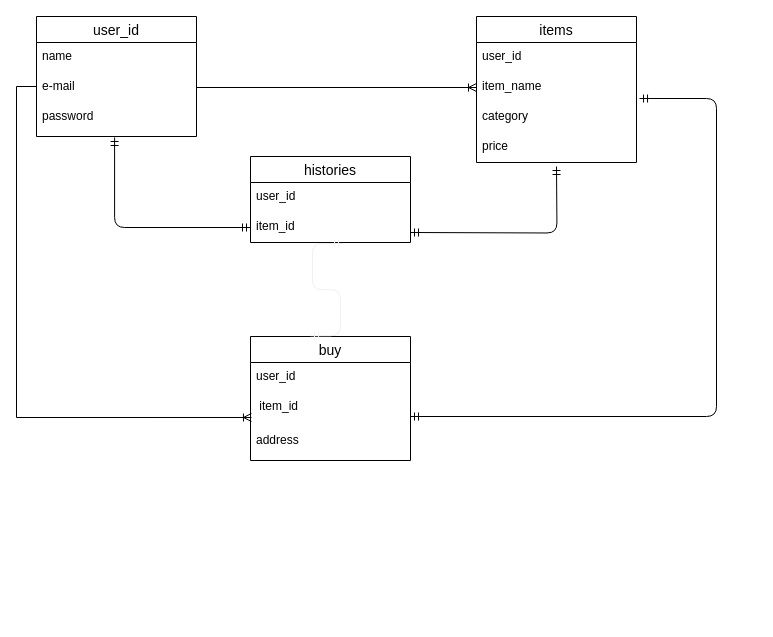
This is frima-34457.dio from Tasuku-Mamiya/furima-34457, a draw.io file, before an edit. Source tidied: cells renumbered, new cells numbered last; positions are measured from the earlier drawing's top-left corner, leaving out a move shared by most shapes. Both pictures are drawn from the tidied source at 100%, with x=0, y=0 at pixel (16, 16).
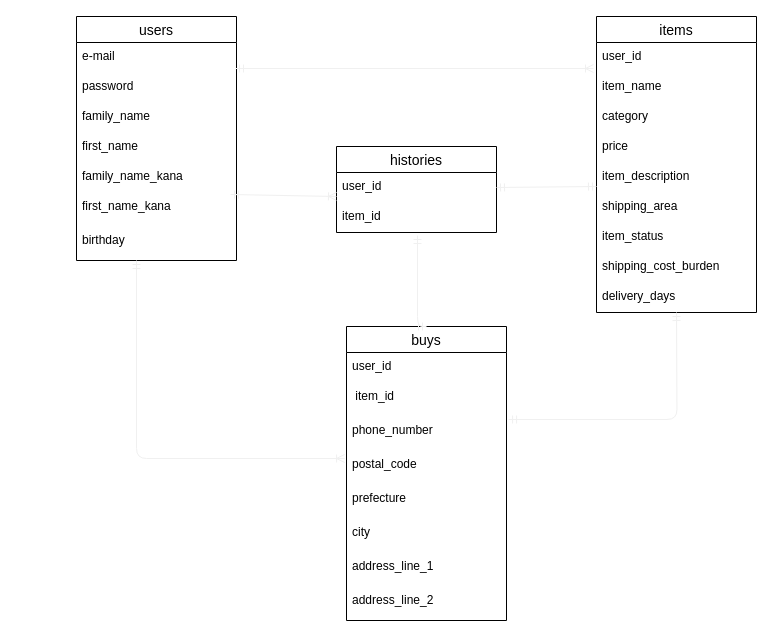
After the change.

The change refers to these unchanged cells:
```xml
<mxCell id="4" value="item_name" style="text;strokeColor=none;fillColor=none;spacingLeft=4;spacingRight=4;overflow=hidden;points=[[0,0.5],[1,0.5]];portConstraint=eastwest;fontSize=12;" parent="2" vertex="1">
  <mxGeometry y="56" width="160" height="30" as="geometry" />
</mxCell>
<mxCell id="10" value=" item_id" style="text;strokeColor=none;fillColor=none;spacingLeft=4;spacingRight=4;overflow=hidden;points=[[0,0.5],[1,0.5]];portConstraint=eastwest;fontSize=12;align=left;shadow=0;" parent="8" vertex="1">
  <mxGeometry y="56" width="160" height="34" as="geometry" />
</mxCell>
<mxCell id="20" value="user_id" style="text;strokeColor=none;fillColor=none;spacingLeft=4;spacingRight=4;overflow=hidden;points=[[0,0.5],[1,0.5]];portConstraint=eastwest;fontSize=12;" parent="19" vertex="1">
  <mxGeometry y="26" width="160" height="30" as="geometry" />
</mxCell>
<mxCell id="21" value="item_id" style="text;strokeColor=none;fillColor=none;spacingLeft=4;spacingRight=4;overflow=hidden;points=[[0,0.5],[1,0.5]];portConstraint=eastwest;fontSize=12;" parent="19" vertex="1">
  <mxGeometry y="56" width="160" height="30" as="geometry" />
</mxCell>
```

The edit, as a diff of the source:
```diff
@@
     <mxCell id="2" value="items" style="swimlane;fontStyle=0;horizontal=1;startSize=26;align=center;fontSize=14;" parent="1" vertex="1">
-      <mxGeometry x="460" width="160" height="146" as="geometry" />
+      <mxGeometry x="580" width="160" height="296" as="geometry" />
     </mxCell>
@@
+    <mxCell id="25" value="item_description" style="text;strokeColor=none;fillColor=none;spacingLeft=4;spacingRight=4;overflow=hidden;fontSize=12;" parent="2" vertex="1">
+      <mxGeometry y="146" width="160" height="30" as="geometry" />
+    </mxCell>
+    <mxCell id="26" value="shipping_area" style="text;strokeColor=none;fillColor=none;spacingLeft=4;spacingRight=4;overflow=hidden;fontSize=12;" parent="2" vertex="1">
+      <mxGeometry y="176" width="160" height="30" as="geometry" />
+    </mxCell>
+    <mxCell id="27" value="item_status" style="text;strokeColor=none;fillColor=none;spacingLeft=4;spacingRight=4;overflow=hidden;fontSize=12;" parent="2" vertex="1">
+      <mxGeometry y="206" width="160" height="30" as="geometry" />
+    </mxCell>
+    <mxCell id="28" value="shipping_cost_burden" style="text;strokeColor=none;fillColor=none;spacingLeft=4;spacingRight=4;overflow=hidden;fontSize=12;" parent="2" vertex="1">
+      <mxGeometry y="236" width="160" height="30" as="geometry" />
+    </mxCell>
+    <mxCell id="29" value="delivery_days" style="text;strokeColor=none;fillColor=none;spacingLeft=4;spacingRight=4;overflow=hidden;fontSize=12;" parent="2" vertex="1">
+      <mxGeometry y="266" width="160" height="30" as="geometry" />
+    </mxCell>
@@
-    <mxCell id="8" value="buy" style="swimlane;fontStyle=0;horizontal=1;startSize=26;align=center;fontSize=14;" parent="1" vertex="1">
-      <mxGeometry x="234" y="320" width="160" height="124" as="geometry" />
+    <mxCell id="8" value="buys" style="swimlane;fontStyle=0;horizontal=1;startSize=26;align=center;fontSize=14;" parent="1" vertex="1">
+      <mxGeometry x="330" y="310" width="160" height="294" as="geometry" />
     </mxCell>
@@
-    <mxCell id="11" value="address" style="text;strokeColor=none;fillColor=none;spacingLeft=4;spacingRight=4;overflow=hidden;points=[[0,0.5],[1,0.5]];portConstraint=eastwest;fontSize=12;align=left;shadow=0;" parent="8" vertex="1">
+    <mxCell id="11" value="phone_number" style="text;strokeColor=none;fillColor=none;spacingLeft=4;spacingRight=4;overflow=hidden;points=[[0,0.5],[1,0.5]];portConstraint=eastwest;fontSize=12;align=left;shadow=0;" parent="8" vertex="1">
       <mxGeometry y="90" width="160" height="34" as="geometry" />
     </mxCell>
+    <mxCell id="30" value="postal_code" style="text;strokeColor=none;fillColor=none;spacingLeft=4;spacingRight=4;overflow=hidden;points=[[0,0.5],[1,0.5]];portConstraint=eastwest;fontSize=12;align=left;shadow=0;" parent="8" vertex="1">
+      <mxGeometry y="124" width="160" height="34" as="geometry" />
+    </mxCell>
+    <mxCell id="31" value="prefecture" style="text;strokeColor=none;fillColor=none;spacingLeft=4;spacingRight=4;overflow=hidden;fontSize=12;align=left;shadow=0;" parent="8" vertex="1">
+      <mxGeometry y="158" width="160" height="34" as="geometry" />
+    </mxCell>
+    <mxCell id="32" value="city" style="text;strokeColor=none;fillColor=none;spacingLeft=4;spacingRight=4;overflow=hidden;fontSize=12;align=left;shadow=0;" parent="8" vertex="1">
+      <mxGeometry y="192" width="160" height="34" as="geometry" />
+    </mxCell>
+    <mxCell id="33" value="address_line_1" style="text;strokeColor=none;fillColor=none;spacingLeft=4;spacingRight=4;overflow=hidden;fontSize=12;align=left;shadow=0;" parent="8" vertex="1">
+      <mxGeometry y="226" width="160" height="34" as="geometry" />
+    </mxCell>
+    <mxCell id="34" value="address_line_2" style="text;strokeColor=none;fillColor=none;spacingLeft=4;spacingRight=4;overflow=hidden;fontSize=12;align=left;shadow=0;" parent="8" vertex="1">
+      <mxGeometry y="260" width="160" height="34" as="geometry" />
+    </mxCell>
-    <mxCell id="12" value="user_id" style="swimlane;fontStyle=0;horizontal=1;startSize=26;align=center;fontSize=14;shadow=0;" parent="1" vertex="1">
-      <mxGeometry x="20" width="160" height="120" as="geometry" />
+    <mxCell id="12" value="users" style="swimlane;fontStyle=0;horizontal=1;startSize=26;align=center;fontSize=14;shadow=0;" parent="1" vertex="1">
+      <mxGeometry x="60" width="160" height="244" as="geometry" />
     </mxCell>
-    <mxCell id="13" value="name" style="text;strokeColor=none;fillColor=none;spacingLeft=4;spacingRight=4;overflow=hidden;fontSize=12;" parent="12" vertex="1">
-      <mxGeometry y="26" width="160" height="30" as="geometry" />
-    </mxCell>
     <mxCell id="14" value="e-mail" style="text;strokeColor=none;fillColor=none;spacingLeft=4;spacingRight=4;overflow=hidden;points=[[0,0.5],[1,0.5]];portConstraint=eastwest;fontSize=12;" parent="12" vertex="1">
-      <mxGeometry y="56" width="160" height="30" as="geometry" />
+      <mxGeometry y="26" width="160" height="30" as="geometry" />
     </mxCell>
+    <mxCell id="35" value="password" style="text;strokeColor=none;fillColor=none;spacingLeft=4;spacingRight=4;overflow=hidden;fontSize=12;" parent="12" vertex="1">
+      <mxGeometry y="56" width="160" height="30" as="geometry" />
+    </mxCell>
+    <mxCell id="36" value="family_name" style="text;strokeColor=none;fillColor=none;spacingLeft=4;spacingRight=4;overflow=hidden;fontSize=12;" parent="12" vertex="1">
+      <mxGeometry y="86" width="160" height="30" as="geometry" />
+    </mxCell>
+    <mxCell id="37" value="first_name" style="text;strokeColor=none;fillColor=none;spacingLeft=4;spacingRight=4;overflow=hidden;fontSize=12;" parent="12" vertex="1">
+      <mxGeometry y="116" width="160" height="30" as="geometry" />
+    </mxCell>
+    <mxCell id="38" value="family_name_kana" style="text;strokeColor=none;fillColor=none;spacingLeft=4;spacingRight=4;overflow=hidden;fontSize=12;" parent="12" vertex="1">
+      <mxGeometry y="146" width="160" height="30" as="geometry" />
+    </mxCell>
+    <mxCell id="39" value="first_name_kana" style="text;strokeColor=none;fillColor=none;spacingLeft=4;spacingRight=4;overflow=hidden;points=[[0,0.5],[1,0.5]];portConstraint=eastwest;fontSize=12;" parent="12" vertex="1">
+      <mxGeometry y="176" width="160" height="34" as="geometry" />
+    </mxCell>
-    <mxCell id="15" value="password" style="text;strokeColor=none;fillColor=none;spacingLeft=4;spacingRight=4;overflow=hidden;points=[[0,0.5],[1,0.5]];portConstraint=eastwest;fontSize=12;" parent="12" vertex="1">
-      <mxGeometry y="86" width="160" height="34" as="geometry" />
+    <mxCell id="15" value="birthday" style="text;strokeColor=none;fillColor=none;spacingLeft=4;spacingRight=4;overflow=hidden;points=[[0,0.5],[1,0.5]];portConstraint=eastwest;fontSize=12;" parent="12" vertex="1">
+      <mxGeometry y="210" width="160" height="34" as="geometry" />
     </mxCell>
-    <mxCell id="16" style="edgeStyle=orthogonalEdgeStyle;rounded=0;jettySize=auto;html=1;exitX=1;exitY=0.5;exitDx=0;exitDy=0;endArrow=ERoneToMany;endFill=0;" parent="1" edge="1" source="14" target="4">
-      <mxGeometry relative="1" as="geometry" />
-    </mxCell>
-    <mxCell id="17" style="edgeStyle=orthogonalEdgeStyle;rounded=0;jettySize=auto;html=1;exitX=0;exitY=0.5;exitDx=0;exitDy=0;entryX=0.006;entryY=0.735;entryDx=0;entryDy=0;entryPerimeter=0;endArrow=ERoneToMany;endFill=0;" parent="1" edge="1" source="15" target="10">
-      <mxGeometry relative="1" as="geometry">
-        <Array as="points">
-          <mxPoint x="20" y="70" />
-          <mxPoint y="70" />
-          <mxPoint y="401" />
-        </Array>
-      </mxGeometry>
-    </mxCell>
-    <mxCell id="18" style="edgeStyle=orthogonalEdgeStyle;fontSize=12;html=1;endArrow=ERmandOne;startArrow=ERmandOne;entryX=1.019;entryY=0.867;entryDx=0;entryDy=0;entryPerimeter=0;" parent="1" edge="1" target="4">
-      <mxGeometry relative="1" as="geometry">
-        <mxPoint x="394" y="400" as="sourcePoint" />
-        <Array as="points">
-          <mxPoint x="700" y="400" />
-          <mxPoint x="700" y="82" />
-        </Array>
-      </mxGeometry>
-    </mxCell>
     <mxCell id="19" value="histories" style="swimlane;fontStyle=0;horizontal=1;startSize=26;align=center;fontSize=14;shadow=0;" parent="1" vertex="1">
-      <mxGeometry x="234" y="140" width="160" height="86" as="geometry" />
+      <mxGeometry x="320" y="130" width="160" height="86" as="geometry" />
     </mxCell>
@@
-    <mxCell id="22" style="edgeStyle=orthogonalEdgeStyle;fontSize=12;html=1;endArrow=ERmandOne;startArrow=ERmandOne;" parent="1" edge="1">
-      <mxGeometry relative="1" as="geometry">
-        <mxPoint x="394" y="216" as="sourcePoint" />
-        <mxPoint x="540" y="150" as="targetPoint" />
-      </mxGeometry>
-    </mxCell>
-    <mxCell id="23" style="edgeStyle=orthogonalEdgeStyle;fontSize=12;html=1;endArrow=ERmandOne;startArrow=ERmandOne;entryX=0;entryY=0.5;entryDx=0;entryDy=0;exitX=0.488;exitY=1.029;exitDx=0;exitDy=0;exitPerimeter=0;" parent="1" edge="1" source="15" target="21">
-      <mxGeometry relative="1" as="geometry" />
-    </mxCell>
-    <mxCell id="24" style="edgeStyle=entityRelationEdgeStyle;fontSize=12;html=1;endArrow=ERmandOne;startArrow=ERmandOne;strokeColor=#f0f0f0;entryX=0.575;entryY=1.033;entryDx=0;entryDy=0;entryPerimeter=0;exitX=0.375;exitY=-0.006;exitDx=0;exitDy=0;exitPerimeter=0;" parent="1" edge="1" source="8" target="21">
-      <mxGeometry relative="1" as="geometry" />
-    </mxCell>
+    <mxCell id="40" style="edgeStyle=orthogonalEdgeStyle;fontSize=12;html=1;endArrow=ERoneToMany;startArrow=ERmandOne;strokeColor=#f0f0f0;entryX=-0.012;entryY=0.235;entryDx=0;entryDy=0;entryPerimeter=0;exitX=0.375;exitY=1;exitDx=0;exitDy=0;exitPerimeter=0;endFill=0;" parent="1" edge="1" source="15" target="30">
+      <mxGeometry relative="1" as="geometry" />
+    </mxCell>
+    <mxCell id="41" style="edgeStyle=orthogonalEdgeStyle;fontSize=12;html=1;endArrow=ERmandOne;startArrow=ERmandOne;strokeColor=#f0f0f0;exitX=0.5;exitY=0;exitDx=0;exitDy=0;" parent="1" edge="1" source="8">
+      <mxGeometry relative="1" as="geometry">
+        <mxPoint x="401" y="219" as="targetPoint" />
+        <Array as="points">
+          <mxPoint x="401" y="310" />
+        </Array>
+      </mxGeometry>
+    </mxCell>
+    <mxCell id="42" style="fontSize=12;html=1;endArrow=ERoneToMany;startArrow=ERmandOne;strokeColor=#f0f0f0;exitX=0.963;exitY=0.059;exitDx=0;exitDy=0;exitPerimeter=0;endFill=0;" parent="1" edge="1" source="39">
+      <mxGeometry relative="1" as="geometry">
+        <mxPoint x="320" y="180" as="targetPoint" />
+      </mxGeometry>
+    </mxCell>
+    <mxCell id="43" style="fontSize=12;html=1;endArrow=ERmandOne;startArrow=ERmandOne;strokeColor=#f0f0f0;exitX=1;exitY=0.5;exitDx=0;exitDy=0;" parent="1" edge="1" source="20">
+      <mxGeometry relative="1" as="geometry">
+        <mxPoint x="580" y="170" as="targetPoint" />
+      </mxGeometry>
+    </mxCell>
+    <mxCell id="44" style="edgeStyle=orthogonalEdgeStyle;fontSize=12;html=1;endArrow=ERmandOne;startArrow=ERmandOne;strokeColor=#f0f0f0;exitX=1.013;exitY=0.088;exitDx=0;exitDy=0;exitPerimeter=0;" parent="1" edge="1" source="11">
+      <mxGeometry relative="1" as="geometry">
+        <mxPoint x="660" y="296" as="targetPoint" />
+      </mxGeometry>
+    </mxCell>
+    <mxCell id="16" style="fontSize=12;html=1;endArrow=ERoneToMany;startArrow=ERmandOne;strokeColor=#f0f0f0;entryX=-0.019;entryY=-0.133;entryDx=0;entryDy=0;entryPerimeter=0;exitX=0.994;exitY=0.867;exitDx=0;exitDy=0;exitPerimeter=0;endFill=0;" parent="1" edge="1" source="14" target="4">
+      <mxGeometry relative="1" as="geometry" />
+    </mxCell>
```
